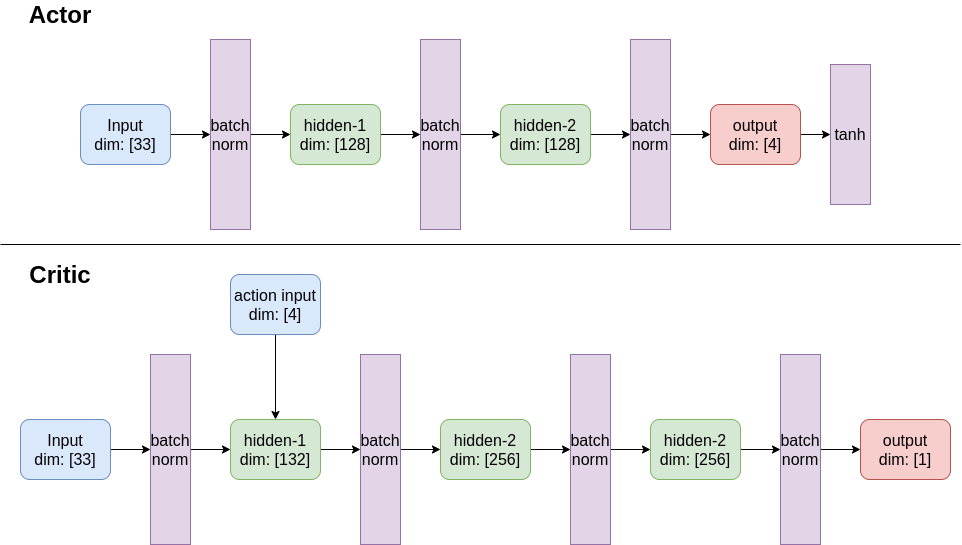
Synapt1x/ContinuousControlUnityML keeps this draw.io diagram as docs/images/architectures.png. Above is the earlier version. Source tidied: cells renumbered, new cells last; positions are measured from the earlier drawing's top-left corner, leaving out a move shared by most shapes.
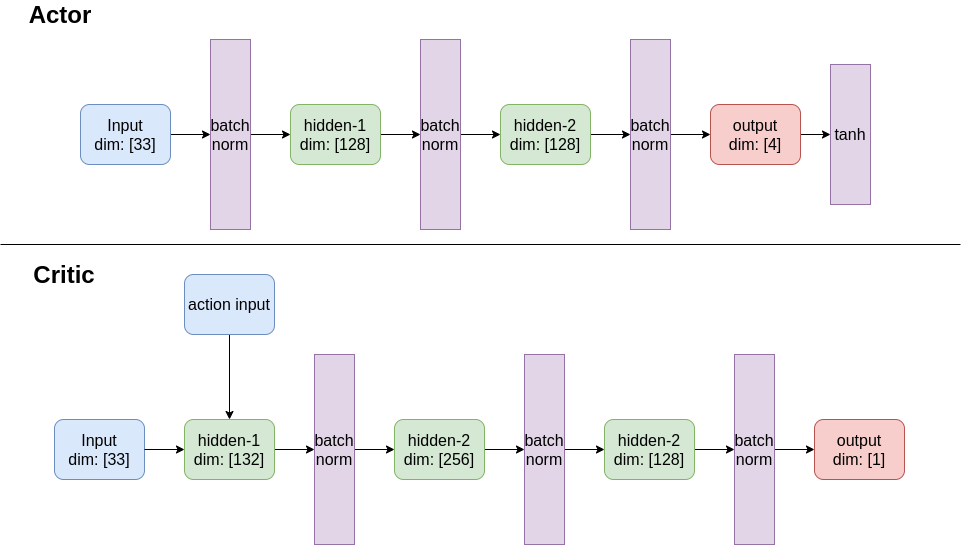
Later version of the same file.

What changed in the source:
```diff
@@ -20,7 +20,7 @@
     <mxCell id="7" value="hidden-2&lt;br&gt;dim: [128]" style="rounded=1;whiteSpace=wrap;html=1;fontSize=16;fillColor=#d5e8d4;strokeColor=#82b366;" parent="1" vertex="1">
       <mxGeometry x="500" y="100" width="90" height="60" as="geometry" />
     </mxCell>
-    <mxCell id="8" style="edgeStyle=orthogonalEdgeStyle;rounded=0;jettySize=auto;html=1;fontSize=24;" parent="1" edge="1" source="9" target="31">
+    <mxCell id="8" style="edgeStyle=orthogonalEdgeStyle;rounded=0;jettySize=auto;html=1;fontSize=24;" parent="1" edge="1" source="9" target="29">
       <mxGeometry relative="1" as="geometry" />
     </mxCell>
     <mxCell id="9" value="output&lt;br&gt;dim: [4]" style="rounded=1;whiteSpace=wrap;html=1;fontSize=16;fillColor=#f8cecc;strokeColor=#b85450;" parent="1" vertex="1">
@@ -47,76 +47,72 @@
     <mxCell id="16" value="Actor" style="text;html=1;strokeColor=none;fillColor=none;align=center;verticalAlign=middle;whiteSpace=wrap;rounded=0;fontSize=24;fontStyle=1;" parent="1" vertex="1">
       <mxGeometry x="40" width="40" height="20" as="geometry" />
     </mxCell>
-    <mxCell id="17" style="edgeStyle=orthogonalEdgeStyle;rounded=0;jettySize=auto;html=1;fontSize=16;" parent="1" edge="1" source="18" target="24">
-      <mxGeometry relative="1" as="geometry" />
+    <mxCell id="17" value="Input&lt;br&gt;dim: [33]" style="rounded=1;whiteSpace=wrap;html=1;fontSize=16;fillColor=#dae8fc;strokeColor=#6c8ebf;" parent="1" vertex="1">
+      <mxGeometry x="54" y="415" width="90" height="60" as="geometry" />
     </mxCell>
-    <mxCell id="18" value="Input&lt;br&gt;dim: [33]" style="rounded=1;whiteSpace=wrap;html=1;fontSize=16;fillColor=#dae8fc;strokeColor=#6c8ebf;" parent="1" vertex="1">
-      <mxGeometry x="20" y="415" width="90" height="60" as="geometry" />
+    <mxCell id="18" style="edgeStyle=orthogonalEdgeStyle;rounded=0;jettySize=auto;html=1;fontSize=16;" parent="1" edge="1" source="19" target="24">
+      <mxGeometry relative="1" as="geometry" />
     </mxCell>
-    <mxCell id="19" style="edgeStyle=orthogonalEdgeStyle;rounded=0;jettySize=auto;html=1;fontSize=16;" parent="1" edge="1" source="20" target="26">
-      <mxGeometry relative="1" as="geometry" />
+    <mxCell id="19" value="hidden-1&lt;br&gt;dim: [132]" style="rounded=1;whiteSpace=wrap;html=1;fontSize=16;fillColor=#d5e8d4;strokeColor=#82b366;" parent="1" vertex="1">
+      <mxGeometry x="184" y="415" width="90" height="60" as="geometry" />
     </mxCell>
-    <mxCell id="20" value="hidden-1&lt;br&gt;dim: [132]" style="rounded=1;whiteSpace=wrap;html=1;fontSize=16;fillColor=#d5e8d4;strokeColor=#82b366;" parent="1" vertex="1">
-      <mxGeometry x="230" y="415" width="90" height="60" as="geometry" />
+    <mxCell id="20" style="edgeStyle=orthogonalEdgeStyle;rounded=0;jettySize=auto;html=1;fontSize=16;" parent="1" edge="1" source="21" target="26">
+      <mxGeometry relative="1" as="geometry" />
     </mxCell>
-    <mxCell id="21" style="edgeStyle=orthogonalEdgeStyle;rounded=0;jettySize=auto;html=1;fontSize=16;" parent="1" edge="1" source="22" target="28">
-      <mxGeometry relative="1" as="geometry" />
+    <mxCell id="21" value="hidden-2&lt;br&gt;dim: [256]" style="rounded=1;whiteSpace=wrap;html=1;fontSize=16;fillColor=#d5e8d4;strokeColor=#82b366;" parent="1" vertex="1">
+      <mxGeometry x="394" y="415" width="90" height="60" as="geometry" />
     </mxCell>
-    <mxCell id="22" value="hidden-2&lt;br&gt;dim: [256]" style="rounded=1;whiteSpace=wrap;html=1;fontSize=16;fillColor=#d5e8d4;strokeColor=#82b366;" parent="1" vertex="1">
-      <mxGeometry x="440" y="415" width="90" height="60" as="geometry" />
+    <mxCell id="22" style="edgeStyle=orthogonalEdgeStyle;rounded=0;jettySize=auto;html=1;entryX=0;entryY=0.5;entryDx=0;entryDy=0;fontSize=16;" parent="1" edge="1" target="19">
+      <mxGeometry relative="1" as="geometry">
+        <mxPoint x="144" y="445" as="sourcePoint" />
+      </mxGeometry>
     </mxCell>
-    <mxCell id="23" style="edgeStyle=orthogonalEdgeStyle;rounded=0;jettySize=auto;html=1;entryX=0;entryY=0.5;entryDx=0;entryDy=0;fontSize=16;" parent="1" edge="1" source="24" target="20">
+    <mxCell id="23" style="edgeStyle=orthogonalEdgeStyle;rounded=0;jettySize=auto;html=1;fontSize=16;" parent="1" edge="1" source="24" target="21">
       <mxGeometry relative="1" as="geometry" />
     </mxCell>
     <mxCell id="24" value="batch norm" style="rounded=0;whiteSpace=wrap;html=1;fontSize=16;fillColor=#e1d5e7;strokeColor=#9673a6;" parent="1" vertex="1">
-      <mxGeometry x="150" y="350" width="40" height="190" as="geometry" />
+      <mxGeometry x="314" y="350" width="40" height="190" as="geometry" />
     </mxCell>
-    <mxCell id="25" style="edgeStyle=orthogonalEdgeStyle;rounded=0;jettySize=auto;html=1;fontSize=16;" parent="1" edge="1" source="26" target="22">
-      <mxGeometry relative="1" as="geometry" />
+    <mxCell id="25" style="edgeStyle=orthogonalEdgeStyle;rounded=0;jettySize=auto;html=1;fontSize=16;" parent="1" edge="1" source="26">
+      <mxGeometry relative="1" as="geometry">
+        <mxPoint x="604" y="445" as="targetPoint" />
+      </mxGeometry>
     </mxCell>
     <mxCell id="26" value="batch norm" style="rounded=0;whiteSpace=wrap;html=1;fontSize=16;fillColor=#e1d5e7;strokeColor=#9673a6;" parent="1" vertex="1">
-      <mxGeometry x="360" y="350" width="40" height="190" as="geometry" />
+      <mxGeometry x="524" y="350" width="40" height="190" as="geometry" />
     </mxCell>
-    <mxCell id="27" style="edgeStyle=orthogonalEdgeStyle;rounded=0;jettySize=auto;html=1;fontSize=16;" parent="1" edge="1" source="28">
-      <mxGeometry relative="1" as="geometry">
-        <mxPoint x="650" y="445" as="targetPoint" />
-      </mxGeometry>
+    <mxCell id="27" value="Critic" style="text;html=1;strokeColor=none;fillColor=none;align=center;verticalAlign=middle;whiteSpace=wrap;rounded=0;fontSize=24;fontStyle=1;" parent="1" vertex="1">
+      <mxGeometry x="44" y="260" width="40" height="20" as="geometry" />
     </mxCell>
-    <mxCell id="28" value="batch norm" style="rounded=0;whiteSpace=wrap;html=1;fontSize=16;fillColor=#e1d5e7;strokeColor=#9673a6;" parent="1" vertex="1">
-      <mxGeometry x="570" y="350" width="40" height="190" as="geometry" />
+    <mxCell id="28" style="endArrow=none;html=1;fontSize=24;" parent="1" edge="1">
+      <mxGeometry relative="1" as="geometry">
+        <mxPoint x="960" y="240" as="sourcePoint" />
+        <mxPoint y="240" as="targetPoint" />
+      </mxGeometry>
     </mxCell>
-    <mxCell id="29" value="Critic" style="text;html=1;strokeColor=none;fillColor=none;align=center;verticalAlign=middle;whiteSpace=wrap;rounded=0;fontSize=24;fontStyle=1;" parent="1" vertex="1">
-      <mxGeometry x="40" y="260" width="40" height="20" as="geometry" />
+    <mxCell id="29" value="tanh" style="rounded=0;whiteSpace=wrap;html=1;fontSize=16;fillColor=#e1d5e7;strokeColor=#9673a6;" parent="1" vertex="1">
+      <mxGeometry x="830" y="60" width="40" height="140" as="geometry" />
     </mxCell>
-    <mxCell id="30" style="endArrow=none;html=1;fontSize=24;" parent="1" edge="1">
-      <mxGeometry relative="1" as="geometry">
-        <mxPoint x="960" y="240" as="sourcePoint" />
-        <mxPoint y="240" as="targetPoint" />
-      </mxGeometry>
+    <mxCell id="30" style="edgeStyle=orthogonalEdgeStyle;rounded=0;jettySize=auto;html=1;fontSize=24;" parent="1" edge="1" source="31" target="19">
+      <mxGeometry relative="1" as="geometry" />
     </mxCell>
-    <mxCell id="31" value="tanh" style="rounded=0;whiteSpace=wrap;html=1;fontSize=16;fillColor=#e1d5e7;strokeColor=#9673a6;" parent="1" vertex="1">
-      <mxGeometry x="830" y="60" width="40" height="140" as="geometry" />
+    <mxCell id="31" value="action input" style="rounded=1;whiteSpace=wrap;html=1;fontSize=16;fillColor=#dae8fc;strokeColor=#6c8ebf;" parent="1" vertex="1">
+      <mxGeometry x="184" y="270" width="90" height="60" as="geometry" />
     </mxCell>
-    <mxCell id="32" style="edgeStyle=orthogonalEdgeStyle;rounded=0;jettySize=auto;html=1;fontSize=24;" parent="1" edge="1" source="33" target="20">
+    <mxCell id="32" style="edgeStyle=orthogonalEdgeStyle;rounded=0;jettySize=auto;html=1;fontSize=24;" parent="1" edge="1" source="33" target="35">
       <mxGeometry relative="1" as="geometry" />
     </mxCell>
-    <mxCell id="33" value="action input&lt;br&gt;dim: [4]" style="rounded=1;whiteSpace=wrap;html=1;fontSize=16;fillColor=#dae8fc;strokeColor=#6c8ebf;" parent="1" vertex="1">
-      <mxGeometry x="230" y="270" width="90" height="60" as="geometry" />
+    <mxCell id="33" value="hidden-2&lt;br&gt;dim: [128]" style="rounded=1;whiteSpace=wrap;html=1;fontSize=16;fillColor=#d5e8d4;strokeColor=#82b366;" parent="1" vertex="1">
+      <mxGeometry x="604" y="415" width="90" height="60" as="geometry" />
     </mxCell>
-    <mxCell id="34" style="edgeStyle=orthogonalEdgeStyle;rounded=0;jettySize=auto;html=1;fontSize=24;" parent="1" edge="1" source="35" target="37">
+    <mxCell id="34" style="edgeStyle=orthogonalEdgeStyle;rounded=0;jettySize=auto;html=1;fontSize=24;" parent="1" edge="1" source="35" target="36">
       <mxGeometry relative="1" as="geometry" />
     </mxCell>
-    <mxCell id="35" value="hidden-2&lt;br&gt;dim: [256]" style="rounded=1;whiteSpace=wrap;html=1;fontSize=16;fillColor=#d5e8d4;strokeColor=#82b366;" parent="1" vertex="1">
-      <mxGeometry x="650" y="415" width="90" height="60" as="geometry" />
+    <mxCell id="35" value="batch norm" style="rounded=0;whiteSpace=wrap;html=1;fontSize=16;fillColor=#e1d5e7;strokeColor=#9673a6;" parent="1" vertex="1">
+      <mxGeometry x="734" y="350" width="40" height="190" as="geometry" />
     </mxCell>
-    <mxCell id="36" style="edgeStyle=orthogonalEdgeStyle;rounded=0;jettySize=auto;html=1;fontSize=24;" parent="1" edge="1" source="37" target="38">
-      <mxGeometry relative="1" as="geometry" />
+    <mxCell id="36" value="output&lt;br&gt;dim: [1]" style="rounded=1;whiteSpace=wrap;html=1;fontSize=16;fillColor=#f8cecc;strokeColor=#b85450;" parent="1" vertex="1">
+      <mxGeometry x="814" y="415" width="90" height="60" as="geometry" />
     </mxCell>
-    <mxCell id="37" value="batch norm" style="rounded=0;whiteSpace=wrap;html=1;fontSize=16;fillColor=#e1d5e7;strokeColor=#9673a6;" parent="1" vertex="1">
-      <mxGeometry x="780" y="350" width="40" height="190" as="geometry" />
-    </mxCell>
-    <mxCell id="38" value="output&lt;br&gt;dim: [1]" style="rounded=1;whiteSpace=wrap;html=1;fontSize=16;fillColor=#f8cecc;strokeColor=#b85450;" parent="1" vertex="1">
-      <mxGeometry x="860" y="415" width="90" height="60" as="geometry" />
-    </mxCell>
   </root>
 </mxGraphModel>
```
